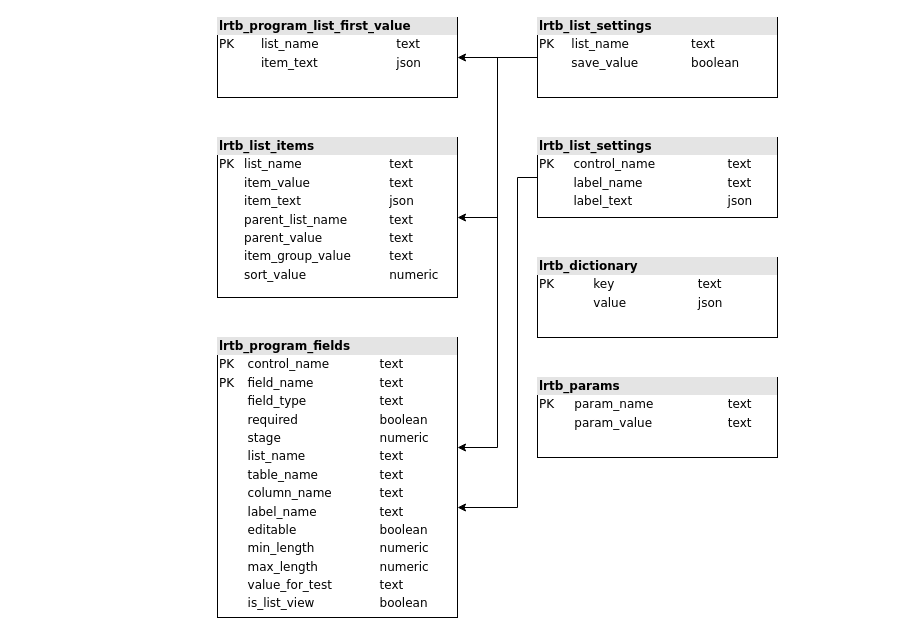
The draw.io diagram page "Application Settings" (1 of 2) of First Project/LoanRegistration_DB.drawio in lero4ka1095/CoreRepository, before the edit. Source tidied: cells renumbered, new cells numbered last; positions are measured from the earlier drawing's top-left corner, leaving out a move shared by most shapes. Both pictures are drawn from the tidied source at 100%, with x=0, y=0 at pixel (217, 17).
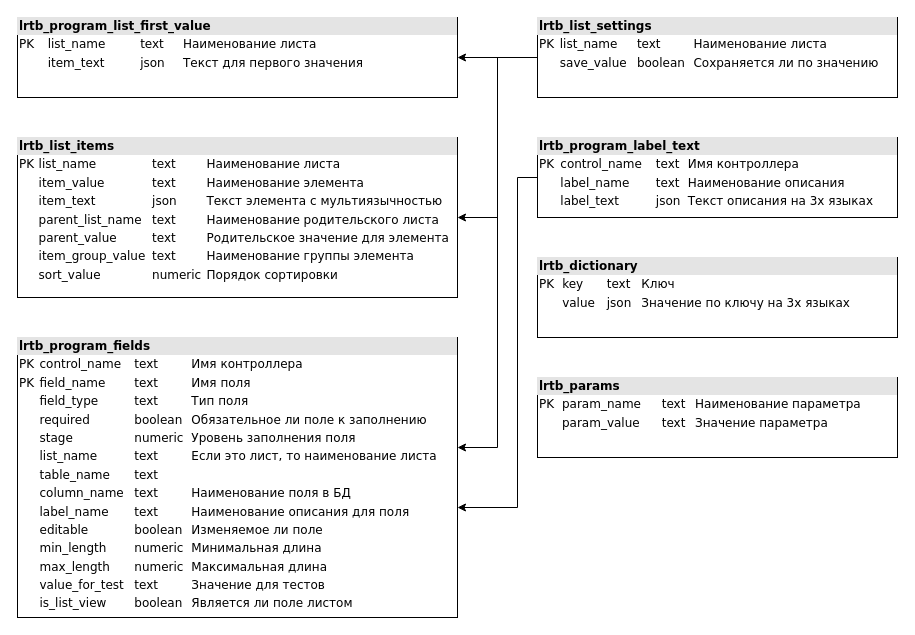
After the change.

What changed in the source:
```diff
@@
 <mxGraphModel>
   <root>
     <mxCell id="0" />
     <mxCell id="1" parent="0" />
     <mxCell id="2" style="edgeStyle=orthogonalEdgeStyle;rounded=0;jettySize=auto;html=1;" parent="1" edge="1" source="5" target="6">
       <mxGeometry relative="1" as="geometry">
         <Array as="points">
           <mxPoint x="280" y="40" />
           <mxPoint x="280" y="200" />
         </Array>
       </mxGeometry>
     </mxCell>
     <mxCell id="3" style="edgeStyle=orthogonalEdgeStyle;rounded=0;jettySize=auto;html=1;" parent="1" edge="1" source="5" target="7">
       <mxGeometry relative="1" as="geometry" />
     </mxCell>
     <mxCell id="4" style="edgeStyle=orthogonalEdgeStyle;rounded=0;jettySize=auto;html=1;" parent="1" edge="1" source="5" target="8">
       <mxGeometry relative="1" as="geometry">
         <Array as="points">
           <mxPoint x="280" y="40" />
           <mxPoint x="280" y="430" />
         </Array>
       </mxGeometry>
     </mxCell>
-    <mxCell id="5" value="&lt;div style=&quot;box-sizing: border-box ; width: 100% ; background: #e4e4e4 ; padding: 2px&quot;&gt;&lt;b&gt;lrtb_list_settings&lt;/b&gt;&lt;/div&gt;&lt;table style=&quot;width: 100% ; font-size: 1em&quot; cellpadding=&quot;2&quot; cellspacing=&quot;0&quot;&gt;&lt;tbody&gt;&lt;tr&gt;&lt;td&gt;PK&lt;/td&gt;&lt;td&gt;list_name&lt;br&gt;&lt;/td&gt;&lt;td&gt;text&lt;/td&gt;&lt;/tr&gt;&lt;tr&gt;&lt;td&gt;&lt;br&gt;&lt;/td&gt;&lt;td&gt;save_value&lt;/td&gt;&lt;td&gt;boolean&lt;/td&gt;&lt;/tr&gt;&lt;/tbody&gt;&lt;/table&gt;" style="verticalAlign=top;align=left;overflow=fill;html=1;rounded=0;shadow=0;comic=0;labelBackgroundColor=none;strokeWidth=1;fontFamily=Verdana;fontSize=12;" parent="1" vertex="1">
-      <mxGeometry x="320" width="240" height="80" as="geometry" />
+    <mxCell id="5" value="&lt;div style=&quot;box-sizing: border-box ; width: 100% ; background: #e4e4e4 ; padding: 2px&quot;&gt;&lt;b&gt;lrtb_list_settings&lt;/b&gt;&lt;/div&gt;&lt;table style=&quot;width: 100% ; font-size: 1em&quot; cellpadding=&quot;2&quot; cellspacing=&quot;0&quot;&gt;&lt;tbody&gt;&lt;tr&gt;&lt;td&gt;PK&lt;/td&gt;&lt;td&gt;list_name&lt;br&gt;&lt;/td&gt;&lt;td&gt;text&lt;/td&gt;&lt;td&gt;Наименование листа&lt;br&gt;&lt;/td&gt;&lt;/tr&gt;&lt;tr&gt;&lt;td&gt;&lt;br&gt;&lt;/td&gt;&lt;td&gt;save_value&lt;/td&gt;&lt;td&gt;boolean&lt;/td&gt;&lt;td&gt;Сохраняется ли по значению&lt;/td&gt;&lt;/tr&gt;&lt;/tbody&gt;&lt;/table&gt;" style="verticalAlign=top;align=left;overflow=fill;html=1;rounded=0;shadow=0;comic=0;labelBackgroundColor=none;strokeWidth=1;fontFamily=Verdana;fontSize=12;" parent="1" vertex="1">
+      <mxGeometry x="320" width="360" height="80" as="geometry" />
     </mxCell>
-    <mxCell id="6" value="&lt;div style=&quot;box-sizing: border-box ; width: 100% ; background: #e4e4e4 ; padding: 2px&quot;&gt;&lt;b&gt;lrtb_list_items&lt;/b&gt;&lt;/div&gt;&lt;table style=&quot;width: 100% ; font-size: 1em&quot; cellpadding=&quot;2&quot; cellspacing=&quot;0&quot;&gt;&lt;tbody&gt;&lt;tr&gt;&lt;td&gt;PK&lt;/td&gt;&lt;td&gt;list_name&lt;br&gt;&lt;/td&gt;&lt;td&gt;text&lt;/td&gt;&lt;/tr&gt;&lt;tr&gt;&lt;td&gt;&lt;br&gt;&lt;/td&gt;&lt;td&gt;item_value&lt;/td&gt;&lt;td&gt;text&lt;/td&gt;&lt;/tr&gt;&lt;tr&gt;&lt;td&gt;&lt;br&gt;&lt;/td&gt;&lt;td&gt;item_text&lt;/td&gt;&lt;td&gt;json&lt;/td&gt;&lt;/tr&gt;&lt;tr&gt;&lt;td&gt;&lt;br&gt;&lt;/td&gt;&lt;td&gt;parent_list_name&lt;/td&gt;&lt;td&gt;text&lt;/td&gt;&lt;/tr&gt;&lt;tr&gt;&lt;td&gt;&lt;br&gt;&lt;/td&gt;&lt;td&gt;parent_value&lt;/td&gt;&lt;td&gt;text&lt;/td&gt;&lt;/tr&gt;&lt;tr&gt;&lt;td&gt;&lt;br&gt;&lt;/td&gt;&lt;td&gt;item_group_value&lt;/td&gt;&lt;td&gt;text&lt;/td&gt;&lt;/tr&gt;&lt;tr&gt;&lt;td&gt;&lt;br&gt;&lt;/td&gt;&lt;td&gt;sort_value&lt;/td&gt;&lt;td&gt;numeric&lt;/td&gt;&lt;/tr&gt;&lt;/tbody&gt;&lt;/table&gt;" style="verticalAlign=top;align=left;overflow=fill;html=1;rounded=0;shadow=0;comic=0;labelBackgroundColor=none;strokeWidth=1;fontFamily=Verdana;fontSize=12;" parent="1" vertex="1">
-      <mxGeometry y="120" width="240" height="160" as="geometry" />
+    <mxCell id="6" value="&lt;div style=&quot;box-sizing: border-box ; width: 100% ; background: #e4e4e4 ; padding: 2px&quot;&gt;&lt;b&gt;lrtb_list_items&lt;/b&gt;&lt;/div&gt;&lt;table style=&quot;width: 100% ; font-size: 1em&quot; cellpadding=&quot;2&quot; cellspacing=&quot;0&quot;&gt;&lt;tbody&gt;&lt;tr&gt;&lt;td&gt;PK&lt;/td&gt;&lt;td&gt;list_name&lt;br&gt;&lt;/td&gt;&lt;td&gt;text&lt;/td&gt;&lt;td&gt;Наименование листа&lt;/td&gt;&lt;/tr&gt;&lt;tr&gt;&lt;td&gt;&lt;br&gt;&lt;/td&gt;&lt;td&gt;item_value&lt;/td&gt;&lt;td&gt;text&lt;/td&gt;&lt;td&gt;Наименование элемента&lt;/td&gt;&lt;/tr&gt;&lt;tr&gt;&lt;td&gt;&lt;br&gt;&lt;/td&gt;&lt;td&gt;item_text&lt;/td&gt;&lt;td&gt;json&lt;/td&gt;&lt;td&gt;Текст элемента с мультиязычностью&lt;/td&gt;&lt;/tr&gt;&lt;tr&gt;&lt;td&gt;&lt;br&gt;&lt;/td&gt;&lt;td&gt;parent_list_name&lt;/td&gt;&lt;td&gt;text&lt;/td&gt;&lt;td&gt;Наименование родительского листа&lt;/td&gt;&lt;/tr&gt;&lt;tr&gt;&lt;td&gt;&lt;br&gt;&lt;/td&gt;&lt;td&gt;parent_value&lt;/td&gt;&lt;td&gt;text&lt;/td&gt;&lt;td&gt;Родительское значение для элемента&lt;/td&gt;&lt;/tr&gt;&lt;tr&gt;&lt;td&gt;&lt;br&gt;&lt;/td&gt;&lt;td&gt;item_group_value&lt;/td&gt;&lt;td&gt;text&lt;/td&gt;&lt;td&gt;Наименование группы элемента&lt;/td&gt;&lt;/tr&gt;&lt;tr&gt;&lt;td&gt;&lt;br&gt;&lt;/td&gt;&lt;td&gt;sort_value&lt;/td&gt;&lt;td&gt;numeric&lt;/td&gt;&lt;td&gt;Порядок сортировки&lt;/td&gt;&lt;/tr&gt;&lt;/tbody&gt;&lt;/table&gt;" style="verticalAlign=top;align=left;overflow=fill;html=1;rounded=0;shadow=0;comic=0;labelBackgroundColor=none;strokeWidth=1;fontFamily=Verdana;fontSize=12;" parent="1" vertex="1">
+      <mxGeometry x="-200" y="120" width="440" height="160" as="geometry" />
     </mxCell>
-    <mxCell id="7" value="&lt;div style=&quot;box-sizing: border-box ; width: 100% ; background: #e4e4e4 ; padding: 2px&quot;&gt;&lt;b&gt;lrtb_program_list_first_value&lt;/b&gt;&lt;br&gt;&lt;/div&gt;&lt;table style=&quot;width: 100% ; font-size: 1em&quot; cellpadding=&quot;2&quot; cellspacing=&quot;0&quot;&gt;&lt;tbody&gt;&lt;tr&gt;&lt;td&gt;PK&lt;/td&gt;&lt;td&gt;list_name&lt;br&gt;&lt;/td&gt;&lt;td&gt;text&lt;/td&gt;&lt;/tr&gt;&lt;tr&gt;&lt;td&gt;&lt;br&gt;&lt;/td&gt;&lt;td&gt;item_text&lt;/td&gt;&lt;td&gt;json&lt;/td&gt;&lt;/tr&gt;&lt;/tbody&gt;&lt;/table&gt;" style="verticalAlign=top;align=left;overflow=fill;html=1;rounded=0;shadow=0;comic=0;labelBackgroundColor=none;strokeWidth=1;fontFamily=Verdana;fontSize=12;" parent="1" vertex="1">
-      <mxGeometry width="240" height="80" as="geometry" />
+    <mxCell id="7" value="&lt;div style=&quot;box-sizing: border-box ; width: 100% ; background: #e4e4e4 ; padding: 2px&quot;&gt;&lt;b&gt;lrtb_program_list_first_value&lt;/b&gt;&lt;br&gt;&lt;/div&gt;&lt;table style=&quot;width: 100% ; font-size: 1em&quot; cellpadding=&quot;2&quot; cellspacing=&quot;0&quot;&gt;&lt;tbody&gt;&lt;tr&gt;&lt;td&gt;PK&lt;/td&gt;&lt;td&gt;list_name&lt;br&gt;&lt;/td&gt;&lt;td&gt;text&lt;/td&gt;&lt;td&gt;Наименование листа&lt;/td&gt;&lt;/tr&gt;&lt;tr&gt;&lt;td&gt;&lt;br&gt;&lt;/td&gt;&lt;td&gt;item_text&lt;/td&gt;&lt;td&gt;json&lt;/td&gt;&lt;td&gt;Текст для первого значения&lt;/td&gt;&lt;/tr&gt;&lt;/tbody&gt;&lt;/table&gt;" style="verticalAlign=top;align=left;overflow=fill;html=1;rounded=0;shadow=0;comic=0;labelBackgroundColor=none;strokeWidth=1;fontFamily=Verdana;fontSize=12;" parent="1" vertex="1">
+      <mxGeometry x="-200" width="440" height="80" as="geometry" />
     </mxCell>
-    <mxCell id="8" value="&lt;div style=&quot;box-sizing: border-box ; width: 100% ; background: #e4e4e4 ; padding: 2px&quot;&gt;&lt;b&gt;lrtb_program_fields&lt;/b&gt;&lt;br&gt;&lt;/div&gt;&lt;table style=&quot;width: 100% ; font-size: 1em&quot; cellpadding=&quot;2&quot; cellspacing=&quot;0&quot;&gt;&lt;tbody&gt;&lt;tr&gt;&lt;td&gt;PK&lt;/td&gt;&lt;td&gt;control_name&lt;br&gt;&lt;/td&gt;&lt;td&gt;text&lt;/td&gt;&lt;/tr&gt;&lt;tr&gt;&lt;td&gt;PK&lt;/td&gt;&lt;td&gt;field_name&lt;/td&gt;&lt;td&gt;text&lt;br&gt;&lt;/td&gt;&lt;/tr&gt;&lt;tr&gt;&lt;td&gt;&lt;br&gt;&lt;/td&gt;&lt;td&gt;field_type&lt;br&gt;&lt;/td&gt;&lt;td&gt;text&lt;br&gt;&lt;/td&gt;&lt;/tr&gt;&lt;tr&gt;&lt;td&gt;&lt;br&gt;&lt;/td&gt;&lt;td&gt;required&lt;br&gt;&lt;/td&gt;&lt;td&gt;boolean&lt;/td&gt;&lt;/tr&gt;&lt;tr&gt;&lt;td&gt;&lt;br&gt;&lt;/td&gt;&lt;td&gt;stage&lt;br&gt;&lt;/td&gt;&lt;td&gt;numeric&lt;/td&gt;&lt;/tr&gt;&lt;tr&gt;&lt;td&gt;&lt;br&gt;&lt;/td&gt;&lt;td&gt;list_name&lt;br&gt;&lt;/td&gt;&lt;td&gt;text&lt;br&gt;&lt;/td&gt;&lt;/tr&gt;&lt;tr&gt;&lt;td&gt;&lt;br&gt;&lt;/td&gt;&lt;td&gt;table_name&lt;br&gt;&lt;/td&gt;&lt;td&gt;text&lt;br&gt;&lt;/td&gt;&lt;/tr&gt;&lt;tr&gt;&lt;td&gt;&lt;br&gt;&lt;/td&gt;&lt;td&gt;column_name&lt;br&gt;&lt;/td&gt;&lt;td&gt;text&lt;br&gt;&lt;/td&gt;&lt;/tr&gt;&lt;tr&gt;&lt;td&gt;&lt;br&gt;&lt;/td&gt;&lt;td&gt;label_name&lt;br&gt;&lt;/td&gt;&lt;td&gt;text&lt;br&gt;&lt;/td&gt;&lt;/tr&gt;&lt;tr&gt;&lt;td&gt;&lt;br&gt;&lt;/td&gt;&lt;td&gt;editable&lt;br&gt;&lt;/td&gt;&lt;td&gt;boolean&lt;/td&gt;&lt;/tr&gt;&lt;tr&gt;&lt;td&gt;&lt;br&gt;&lt;/td&gt;&lt;td&gt;min_length&lt;br&gt;&lt;/td&gt;&lt;td&gt;numeric&lt;/td&gt;&lt;/tr&gt;&lt;tr&gt;&lt;td&gt;&lt;br&gt;&lt;/td&gt;&lt;td&gt;max_length&lt;br&gt;&lt;/td&gt;&lt;td&gt;numeric&lt;br&gt;&lt;/td&gt;&lt;/tr&gt;&lt;tr&gt;&lt;td&gt;&lt;br&gt;&lt;/td&gt;&lt;td&gt;value_for_test&lt;br&gt;&lt;/td&gt;&lt;td&gt;text&lt;/td&gt;&lt;/tr&gt;&lt;tr&gt;&lt;td&gt;&lt;br&gt;&lt;/td&gt;&lt;td&gt;is_list_view&lt;br&gt;&lt;/td&gt;&lt;td&gt;boolean&lt;/td&gt;&lt;/tr&gt;&lt;/tbody&gt;&lt;/table&gt;" style="verticalAlign=top;align=left;overflow=fill;html=1;rounded=0;shadow=0;comic=0;labelBackgroundColor=none;strokeWidth=1;fontFamily=Verdana;fontSize=12;" parent="1" vertex="1">
-      <mxGeometry y="320" width="240" height="280" as="geometry" />
+    <mxCell id="8" value="&lt;div style=&quot;box-sizing: border-box ; width: 100% ; background: #e4e4e4 ; padding: 2px&quot;&gt;&lt;b&gt;lrtb_program_fields&lt;/b&gt;&lt;br&gt;&lt;/div&gt;&lt;table style=&quot;width: 100% ; font-size: 1em&quot; cellpadding=&quot;2&quot; cellspacing=&quot;0&quot;&gt;&lt;tbody&gt;&lt;tr&gt;&lt;td&gt;PK&lt;/td&gt;&lt;td&gt;control_name&lt;br&gt;&lt;/td&gt;&lt;td&gt;text&lt;/td&gt;&lt;td&gt;Имя контроллера&lt;/td&gt;&lt;/tr&gt;&lt;tr&gt;&lt;td&gt;PK&lt;/td&gt;&lt;td&gt;field_name&lt;/td&gt;&lt;td&gt;text&lt;br&gt;&lt;/td&gt;&lt;td&gt;Имя поля&lt;/td&gt;&lt;/tr&gt;&lt;tr&gt;&lt;td&gt;&lt;br&gt;&lt;/td&gt;&lt;td&gt;field_type&lt;br&gt;&lt;/td&gt;&lt;td&gt;text&lt;br&gt;&lt;/td&gt;&lt;td&gt;Тип поля&lt;br&gt;&lt;/td&gt;&lt;/tr&gt;&lt;tr&gt;&lt;td&gt;&lt;br&gt;&lt;/td&gt;&lt;td&gt;required&lt;br&gt;&lt;/td&gt;&lt;td&gt;boolean&lt;/td&gt;&lt;td&gt;Обязательное ли поле к заполнению&lt;/td&gt;&lt;/tr&gt;&lt;tr&gt;&lt;td&gt;&lt;br&gt;&lt;/td&gt;&lt;td&gt;stage&lt;br&gt;&lt;/td&gt;&lt;td&gt;numeric&lt;/td&gt;&lt;td&gt;Уровень заполнения поля&lt;/td&gt;&lt;/tr&gt;&lt;tr&gt;&lt;td&gt;&lt;br&gt;&lt;/td&gt;&lt;td&gt;list_name&lt;br&gt;&lt;/td&gt;&lt;td&gt;text&lt;br&gt;&lt;/td&gt;&lt;td&gt;Если это лист, то наименование листа&lt;/td&gt;&lt;/tr&gt;&lt;tr&gt;&lt;td&gt;&lt;br&gt;&lt;/td&gt;&lt;td&gt;table_name&lt;br&gt;&lt;/td&gt;&lt;td&gt;text&lt;br&gt;&lt;/td&gt;&lt;td&gt;&lt;br&gt;&lt;/td&gt;&lt;/tr&gt;&lt;tr&gt;&lt;td&gt;&lt;br&gt;&lt;/td&gt;&lt;td&gt;column_name&lt;br&gt;&lt;/td&gt;&lt;td&gt;text&lt;br&gt;&lt;/td&gt;&lt;td&gt;Наименование поля в БД&lt;/td&gt;&lt;/tr&gt;&lt;tr&gt;&lt;td&gt;&lt;br&gt;&lt;/td&gt;&lt;td&gt;label_name&lt;br&gt;&lt;/td&gt;&lt;td&gt;text&lt;br&gt;&lt;/td&gt;&lt;td&gt;Наименование описания для поля&lt;/td&gt;&lt;/tr&gt;&lt;tr&gt;&lt;td&gt;&lt;br&gt;&lt;/td&gt;&lt;td&gt;editable&lt;br&gt;&lt;/td&gt;&lt;td&gt;boolean&lt;/td&gt;&lt;td&gt;Изменяемое ли поле&lt;/td&gt;&lt;/tr&gt;&lt;tr&gt;&lt;td&gt;&lt;br&gt;&lt;/td&gt;&lt;td&gt;min_length&lt;br&gt;&lt;/td&gt;&lt;td&gt;numeric&lt;/td&gt;&lt;td&gt;Минимальная длина&amp;nbsp;&lt;/td&gt;&lt;/tr&gt;&lt;tr&gt;&lt;td&gt;&lt;br&gt;&lt;/td&gt;&lt;td&gt;max_length&lt;br&gt;&lt;/td&gt;&lt;td&gt;numeric&lt;br&gt;&lt;/td&gt;&lt;td&gt;Максимальная длина&lt;br&gt;&lt;/td&gt;&lt;/tr&gt;&lt;tr&gt;&lt;td&gt;&lt;br&gt;&lt;/td&gt;&lt;td&gt;value_for_test&lt;br&gt;&lt;/td&gt;&lt;td&gt;text&lt;/td&gt;&lt;td&gt;Значение для тестов&lt;/td&gt;&lt;/tr&gt;&lt;tr&gt;&lt;td&gt;&lt;br&gt;&lt;/td&gt;&lt;td&gt;is_list_view&lt;br&gt;&lt;/td&gt;&lt;td&gt;boolean&lt;/td&gt;&lt;td&gt;Является ли поле листом&lt;/td&gt;&lt;/tr&gt;&lt;/tbody&gt;&lt;/table&gt;" style="verticalAlign=top;align=left;overflow=fill;html=1;rounded=0;shadow=0;comic=0;labelBackgroundColor=none;strokeWidth=1;fontFamily=Verdana;fontSize=12;" parent="1" vertex="1">
+      <mxGeometry x="-200" y="320" width="440" height="280" as="geometry" />
     </mxCell>
     <mxCell id="9" style="edgeStyle=orthogonalEdgeStyle;rounded=0;jettySize=auto;html=1;" parent="1" edge="1" source="10" target="8">
       <mxGeometry relative="1" as="geometry">
         <Array as="points">
           <mxPoint x="300" y="160" />
           <mxPoint x="300" y="490" />
         </Array>
       </mxGeometry>
     </mxCell>
-    <mxCell id="10" value="&lt;div style=&quot;box-sizing: border-box ; width: 100% ; background: #e4e4e4 ; padding: 2px&quot;&gt;&lt;b&gt;lrtb_list_settings&lt;/b&gt;&lt;/div&gt;&lt;table style=&quot;width: 100% ; font-size: 1em&quot; cellpadding=&quot;2&quot; cellspacing=&quot;0&quot;&gt;&lt;tbody&gt;&lt;tr&gt;&lt;td&gt;PK&lt;/td&gt;&lt;td&gt;control_name&lt;br&gt;&lt;/td&gt;&lt;td&gt;text&lt;/td&gt;&lt;/tr&gt;&lt;tr&gt;&lt;td&gt;&lt;br&gt;&lt;/td&gt;&lt;td&gt;label_name&lt;/td&gt;&lt;td&gt;text&lt;br&gt;&lt;/td&gt;&lt;/tr&gt;&lt;tr&gt;&lt;td&gt;&lt;br&gt;&lt;/td&gt;&lt;td&gt;label_text&lt;br&gt;&lt;/td&gt;&lt;td&gt;json&lt;/td&gt;&lt;/tr&gt;&lt;/tbody&gt;&lt;/table&gt;" style="verticalAlign=top;align=left;overflow=fill;html=1;rounded=0;shadow=0;comic=0;labelBackgroundColor=none;strokeWidth=1;fontFamily=Verdana;fontSize=12;" parent="1" vertex="1">
-      <mxGeometry x="320" y="120" width="240" height="80" as="geometry" />
+    <mxCell id="10" value="&lt;div style=&quot;box-sizing: border-box ; width: 100% ; background: #e4e4e4 ; padding: 2px&quot;&gt;&lt;b&gt;lrtb_program_label_text&lt;/b&gt;&lt;br&gt;&lt;/div&gt;&lt;table style=&quot;width: 100% ; font-size: 1em&quot; cellpadding=&quot;2&quot; cellspacing=&quot;0&quot;&gt;&lt;tbody&gt;&lt;tr&gt;&lt;td&gt;PK&lt;/td&gt;&lt;td&gt;control_name&lt;br&gt;&lt;/td&gt;&lt;td&gt;text&lt;/td&gt;&lt;td&gt;Имя контроллера&lt;br&gt;&lt;/td&gt;&lt;/tr&gt;&lt;tr&gt;&lt;td&gt;&lt;br&gt;&lt;/td&gt;&lt;td&gt;label_name&lt;/td&gt;&lt;td&gt;text&lt;br&gt;&lt;/td&gt;&lt;td&gt;Наименование описания&lt;br&gt;&lt;/td&gt;&lt;/tr&gt;&lt;tr&gt;&lt;td&gt;&lt;br&gt;&lt;/td&gt;&lt;td&gt;label_text&lt;br&gt;&lt;/td&gt;&lt;td&gt;json&lt;/td&gt;&lt;td&gt;Текст описания на 3х языках&lt;/td&gt;&lt;/tr&gt;&lt;/tbody&gt;&lt;/table&gt;" style="verticalAlign=top;align=left;overflow=fill;html=1;rounded=0;shadow=0;comic=0;labelBackgroundColor=none;strokeWidth=1;fontFamily=Verdana;fontSize=12;" parent="1" vertex="1">
+      <mxGeometry x="320" y="120" width="360" height="80" as="geometry" />
     </mxCell>
-    <mxCell id="11" value="&lt;div style=&quot;box-sizing: border-box ; width: 100% ; background: #e4e4e4 ; padding: 2px&quot;&gt;&lt;b&gt;lrtb_dictionary&lt;/b&gt;&lt;br&gt;&lt;/div&gt;&lt;table style=&quot;width: 100% ; font-size: 1em&quot; cellpadding=&quot;2&quot; cellspacing=&quot;0&quot;&gt;&lt;tbody&gt;&lt;tr&gt;&lt;td&gt;PK&lt;/td&gt;&lt;td&gt;key&lt;br&gt;&lt;/td&gt;&lt;td&gt;text&lt;/td&gt;&lt;/tr&gt;&lt;tr&gt;&lt;td&gt;&lt;br&gt;&lt;/td&gt;&lt;td&gt;value&lt;br&gt;&lt;/td&gt;&lt;td&gt;json&lt;/td&gt;&lt;/tr&gt;&lt;/tbody&gt;&lt;/table&gt;" style="verticalAlign=top;align=left;overflow=fill;html=1;rounded=0;shadow=0;comic=0;labelBackgroundColor=none;strokeWidth=1;fontFamily=Verdana;fontSize=12;" parent="1" vertex="1">
-      <mxGeometry x="320" y="240" width="240" height="80" as="geometry" />
+    <mxCell id="11" value="&lt;div style=&quot;box-sizing: border-box ; width: 100% ; background: #e4e4e4 ; padding: 2px&quot;&gt;&lt;b&gt;lrtb_dictionary&lt;/b&gt;&lt;br&gt;&lt;/div&gt;&lt;table style=&quot;width: 100% ; font-size: 1em&quot; cellpadding=&quot;2&quot; cellspacing=&quot;0&quot;&gt;&lt;tbody&gt;&lt;tr&gt;&lt;td&gt;PK&lt;/td&gt;&lt;td&gt;key&lt;br&gt;&lt;/td&gt;&lt;td&gt;text&lt;/td&gt;&lt;td&gt;Ключ&lt;/td&gt;&lt;/tr&gt;&lt;tr&gt;&lt;td&gt;&lt;br&gt;&lt;/td&gt;&lt;td&gt;value&lt;br&gt;&lt;/td&gt;&lt;td&gt;json&lt;/td&gt;&lt;td&gt;Значение по ключу на 3х языках&lt;/td&gt;&lt;/tr&gt;&lt;/tbody&gt;&lt;/table&gt;" style="verticalAlign=top;align=left;overflow=fill;html=1;rounded=0;shadow=0;comic=0;labelBackgroundColor=none;strokeWidth=1;fontFamily=Verdana;fontSize=12;" parent="1" vertex="1">
+      <mxGeometry x="320" y="240" width="360" height="80" as="geometry" />
     </mxCell>
-    <mxCell id="12" value="&lt;div style=&quot;box-sizing: border-box ; width: 100% ; background: #e4e4e4 ; padding: 2px&quot;&gt;&lt;b&gt;lrtb_params&lt;/b&gt;&lt;br&gt;&lt;/div&gt;&lt;table style=&quot;width: 100% ; font-size: 1em&quot; cellpadding=&quot;2&quot; cellspacing=&quot;0&quot;&gt;&lt;tbody&gt;&lt;tr&gt;&lt;td&gt;PK&lt;/td&gt;&lt;td&gt;param_name&lt;br&gt;&lt;/td&gt;&lt;td&gt;text&lt;/td&gt;&lt;/tr&gt;&lt;tr&gt;&lt;td&gt;&lt;br&gt;&lt;/td&gt;&lt;td&gt;param_value&lt;br&gt;&lt;/td&gt;&lt;td&gt;text&lt;/td&gt;&lt;/tr&gt;&lt;/tbody&gt;&lt;/table&gt;" style="verticalAlign=top;align=left;overflow=fill;html=1;rounded=0;shadow=0;comic=0;labelBackgroundColor=none;strokeWidth=1;fontFamily=Verdana;fontSize=12;" parent="1" vertex="1">
-      <mxGeometry x="320" y="360" width="240" height="80" as="geometry" />
+    <mxCell id="12" value="&lt;div style=&quot;box-sizing: border-box ; width: 100% ; background: #e4e4e4 ; padding: 2px&quot;&gt;&lt;b&gt;lrtb_params&lt;/b&gt;&lt;br&gt;&lt;/div&gt;&lt;table style=&quot;width: 100% ; font-size: 1em&quot; cellpadding=&quot;2&quot; cellspacing=&quot;0&quot;&gt;&lt;tbody&gt;&lt;tr&gt;&lt;td&gt;PK&lt;/td&gt;&lt;td&gt;param_name&lt;br&gt;&lt;/td&gt;&lt;td&gt;text&lt;/td&gt;&lt;td&gt;Наименование параметра&lt;/td&gt;&lt;/tr&gt;&lt;tr&gt;&lt;td&gt;&lt;br&gt;&lt;/td&gt;&lt;td&gt;param_value&lt;br&gt;&lt;/td&gt;&lt;td&gt;text&lt;/td&gt;&lt;td&gt;Значение параметра&lt;/td&gt;&lt;/tr&gt;&lt;/tbody&gt;&lt;/table&gt;" style="verticalAlign=top;align=left;overflow=fill;html=1;rounded=0;shadow=0;comic=0;labelBackgroundColor=none;strokeWidth=1;fontFamily=Verdana;fontSize=12;" parent="1" vertex="1">
+      <mxGeometry x="320" y="360" width="360" height="80" as="geometry" />
     </mxCell>
   </root>
 </mxGraphModel>
```
